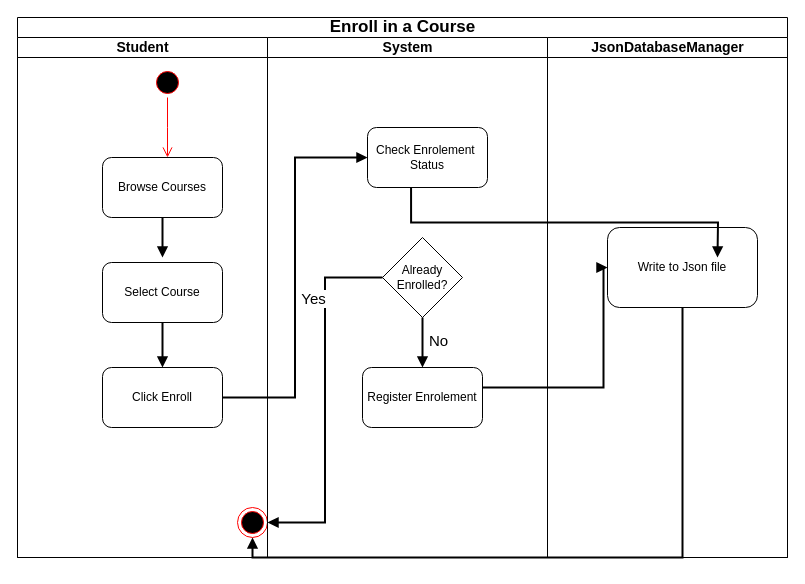
Earlier version of the draw.io diagram Activity.drawio (youssef-moussa/SkillForge-UML-Design). Source tidied: cells renumbered, new cells numbered last; positions are measured from the earlier drawing's top-left corner, leaving out a move shared by most shapes. Both pictures are drawn from the tidied source at 100%, with x=0, y=0 at pixel (17, 17).
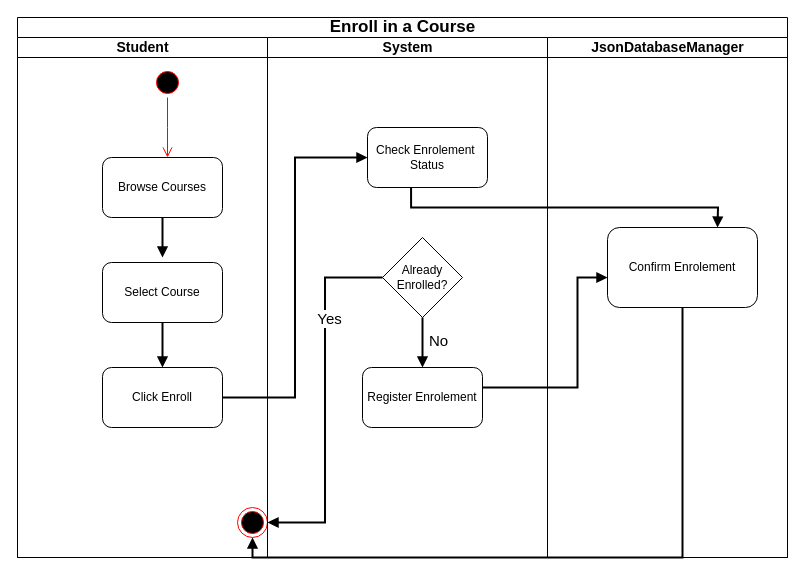
The same diagram, later.

Commit message (it also covers changes not shown here):
slight change in Activity

The change refers to these unchanged cells:
```xml
<mxCell id="2" value="&lt;font style=&quot;font-size: 17px;&quot;&gt;Enroll in a Course&lt;/font&gt;" style="swimlane;startSize=20;html=1;" parent="1" vertex="1">
  <mxGeometry width="770" height="540" as="geometry" />
</mxCell>
<mxCell id="13" value="Check Enrolement&amp;nbsp;&lt;div&gt;Status&lt;/div&gt;" style="rounded=1;whiteSpace=wrap;html=1;" parent="12" vertex="1">
  <mxGeometry x="100" y="90" width="120" height="60" as="geometry" />
</mxCell>
<mxCell id="15" value="Register Enrolement" style="rounded=1;whiteSpace=wrap;html=1;" parent="12" vertex="1">
  <mxGeometry x="95" y="330" width="120" height="60" as="geometry" />
</mxCell>
<mxCell id="18" value="&lt;font style=&quot;font-size: 14px;&quot;&gt;JsonDatabaseManager&lt;/font&gt;" style="swimlane;startSize=20;html=1;" parent="2" vertex="1">
  <mxGeometry x="530" y="20" width="240" height="520" as="geometry" />
</mxCell>
<mxCell id="21" style="html=1;labelBackgroundColor=#ffffff;jettySize=auto;fontSize=14;rounded=0;jumpStyle=gap;edgeStyle=orthogonalEdgeStyle;startArrow=none;endArrow=block;strokeWidth=2;endFill=1;exitX=0;exitY=0.5;exitDx=0;exitDy=0;entryX=1;entryY=0.5;entryDx=0;entryDy=0;" parent="2" edge="1" source="14" target="9">
  <mxGeometry relative="1" as="geometry" />
</mxCell>
```

Change to the diagram source:
```diff
@@
-    <mxCell id="19" value="Write to Json file" style="rounded=1;whiteSpace=wrap;html=1;" parent="18" vertex="1">
+    <mxCell id="19" value="Confirm Enrolement" style="rounded=1;whiteSpace=wrap;html=1;" parent="18" vertex="1">
       <mxGeometry x="60" y="190" width="150" height="80" as="geometry" />
     </mxCell>
@@
     <mxCell id="22" value="&lt;font style=&quot;font-size: 15px;&quot;&gt;Yes&lt;/font&gt;" style="edgeLabel;html=1;align=center;verticalAlign=middle;" parent="21" vertex="1">
       <mxGeometry x="-0.82" y="-1" relative="1" as="geometry">
-        <mxPoint x="-38" y="21" as="offset" />
+        <mxPoint x="-22" y="41" as="offset" />
       </mxGeometry>
     </mxCell>
-    <mxCell id="23" style="html=1;labelBackgroundColor=#ffffff;jettySize=auto;fontSize=14;rounded=0;jumpStyle=gap;edgeStyle=orthogonalEdgeStyle;startArrow=none;endArrow=block;strokeWidth=2;endFill=1;entryX=0;entryY=0.5;entryDx=0;entryDy=0;" parent="2" edge="1" source="15" target="19">
+    <mxCell id="23" style="html=1;labelBackgroundColor=#ffffff;jettySize=auto;fontSize=14;rounded=0;jumpStyle=gap;edgeStyle=orthogonalEdgeStyle;startArrow=none;endArrow=block;strokeWidth=2;endFill=1;" parent="2" edge="1" source="15">
       <mxGeometry relative="1" as="geometry">
+        <mxPoint x="590" y="260" as="targetPoint" />
         <Array as="points">
-          <mxPoint x="586" y="370" />
-          <mxPoint x="586" y="250" />
+          <mxPoint x="560" y="370" />
+          <mxPoint x="560" y="260" />
+          <mxPoint x="590" y="260" />
         </Array>
       </mxGeometry>
     </mxCell>
@@
     <mxCell id="25" style="html=1;labelBackgroundColor=#ffffff;jettySize=auto;fontSize=14;rounded=0;jumpStyle=gap;edgeStyle=orthogonalEdgeStyle;startArrow=none;endArrow=block;strokeWidth=2;endFill=1;exitX=0.363;exitY=0.992;exitDx=0;exitDy=0;exitPerimeter=0;" parent="1" edge="1" source="13">
       <mxGeometry relative="1" as="geometry">
-        <mxPoint x="700" y="240" as="targetPoint" />
+        <mxPoint x="700" y="210" as="targetPoint" />
       </mxGeometry>
     </mxCell>
```
